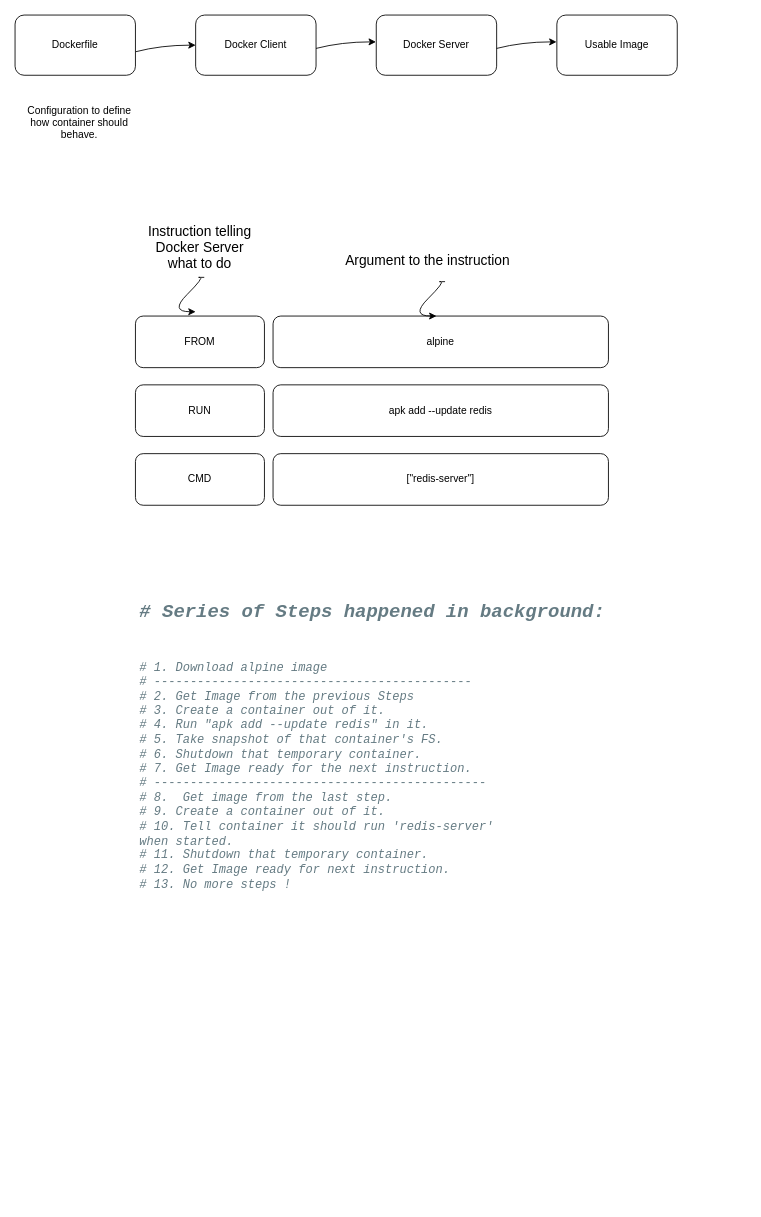
msingh-dev/Docker keeps this draw.io diagram as Diagram/Creating Custom Image.drawio. Above is the earlier version. Source tidied: cells renumbered, new cells numbered last; positions are measured from the earlier drawing's top-left corner, leaving out a move shared by most shapes. Both pictures are drawn from the tidied source at 86%, with x=0, y=0 at pixel (15, 15).
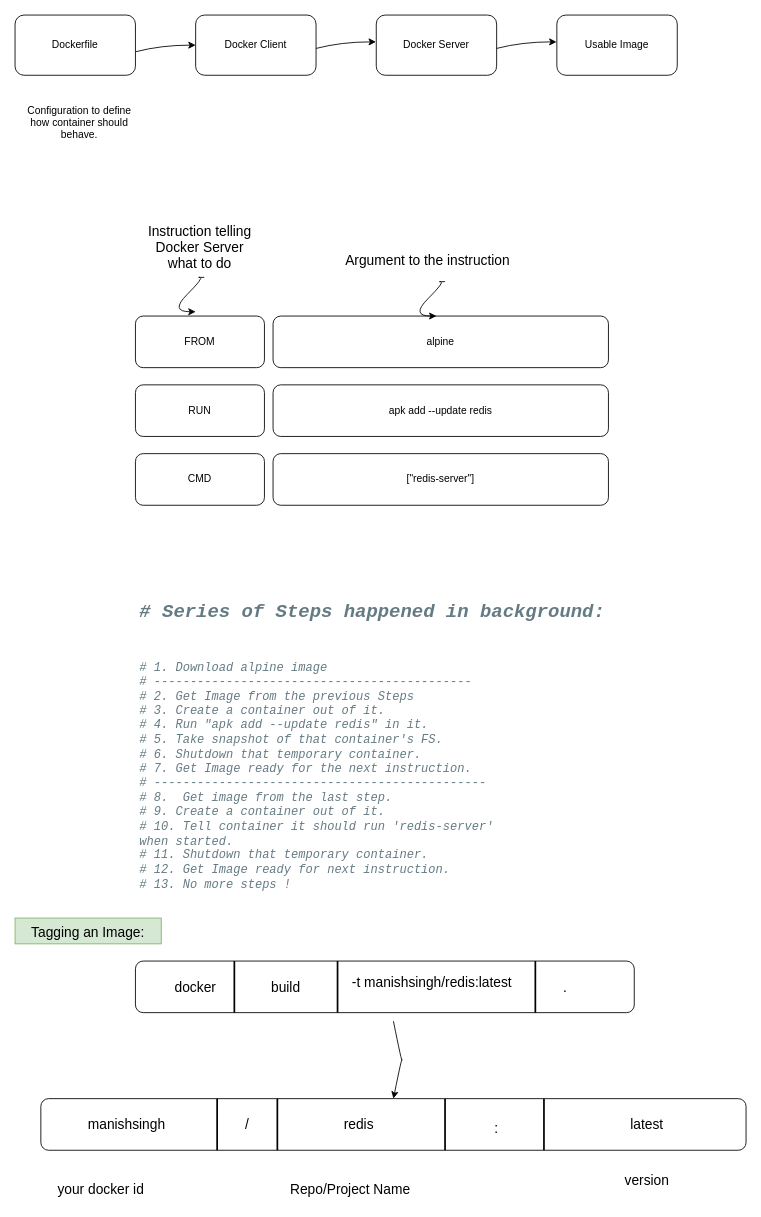
The same page after the edit.

Change to the diagram source:
```diff
@@
+    <mxCell id="21" style="rounded=1;whiteSpace=wrap;html=1;fontSize=22;" parent="1" vertex="1">
+      <mxGeometry x="140" y="1100" width="580" height="60" as="geometry" />
+    </mxCell>
+    <mxCell id="22" style="line;strokeWidth=2;direction=south;html=1;fontSize=22;" parent="1" vertex="1">
+      <mxGeometry x="250" y="1100" width="10" height="60" as="geometry" />
+    </mxCell>
+    <mxCell id="23" style="line;strokeWidth=2;direction=south;html=1;fontSize=22;" parent="1" vertex="1">
+      <mxGeometry x="370" y="1100" width="10" height="60" as="geometry" />
+    </mxCell>
+    <mxCell id="24" style="line;strokeWidth=2;direction=south;html=1;fontSize=22;" parent="1" vertex="1">
+      <mxGeometry x="600" y="1100" width="10" height="60" as="geometry" />
+    </mxCell>
+    <mxCell id="25" value="&lt;font style=&quot;font-size: 16px&quot;&gt;Tagging an Image:&lt;/font&gt;" style="text;html=1;strokeColor=#82b366;fillColor=#d5e8d4;align=center;verticalAlign=middle;whiteSpace=wrap;rounded=0;fontSize=22;" parent="1" vertex="1">
+      <mxGeometry y="1050" width="170" height="30" as="geometry" />
+    </mxCell>
+    <mxCell id="26" value="-t manishsingh/redis:latest" style="text;html=1;strokeColor=none;fillColor=none;align=center;verticalAlign=middle;whiteSpace=wrap;rounded=0;fontSize=16;" parent="1" vertex="1">
+      <mxGeometry x="370" y="1110" width="230" height="30" as="geometry" />
+    </mxCell>
+    <mxCell id="27" value="build" style="text;html=1;strokeColor=none;fillColor=none;align=center;verticalAlign=middle;whiteSpace=wrap;rounded=0;fontSize=16;" parent="1" vertex="1">
+      <mxGeometry x="285" y="1115" width="60" height="30" as="geometry" />
+    </mxCell>
+    <mxCell id="28" value="docker" style="text;html=1;strokeColor=none;fillColor=none;align=center;verticalAlign=middle;whiteSpace=wrap;rounded=0;fontSize=16;" parent="1" vertex="1">
+      <mxGeometry x="180" y="1115" width="60" height="30" as="geometry" />
+    </mxCell>
+    <mxCell id="29" value="." style="text;html=1;strokeColor=none;fillColor=none;align=center;verticalAlign=middle;whiteSpace=wrap;rounded=0;fontSize=16;" parent="1" vertex="1">
+      <mxGeometry x="610" y="1115" width="60" height="30" as="geometry" />
+    </mxCell>
+    <mxCell id="30" style="rounded=1;whiteSpace=wrap;html=1;fontSize=16;" parent="1" vertex="1">
+      <mxGeometry x="30" y="1260" width="820" height="60" as="geometry" />
+    </mxCell>
+    <mxCell id="31" style="curved=1;endArrow=classic;html=1;rounded=0;fontSize=16;entryX=0.5;entryY=0;entryDx=0;entryDy=0;" parent="1" edge="1" target="30">
+      <mxGeometry relative="1" as="geometry">
+        <mxPoint x="440" y="1170" as="sourcePoint" />
+        <Array as="points">
+          <mxPoint x="450" y="1220" />
+          <mxPoint x="450" y="1210" />
+        </Array>
+      </mxGeometry>
+    </mxCell>
+    <mxCell id="32" style="line;strokeWidth=2;direction=south;html=1;fontSize=16;" parent="1" vertex="1">
+      <mxGeometry x="230" y="1260" width="10" height="60" as="geometry" />
+    </mxCell>
+    <mxCell id="33" style="line;strokeWidth=2;direction=south;html=1;fontSize=16;" parent="1" vertex="1">
+      <mxGeometry x="300" y="1260" width="10" height="60" as="geometry" />
+    </mxCell>
+    <mxCell id="34" style="line;strokeWidth=2;direction=south;html=1;fontSize=16;" parent="1" vertex="1">
+      <mxGeometry x="495" y="1260" width="10" height="60" as="geometry" />
+    </mxCell>
+    <mxCell id="35" style="line;strokeWidth=2;direction=south;html=1;fontSize=16;" parent="1" vertex="1">
+      <mxGeometry x="610" y="1260" width="10" height="60" as="geometry" />
+    </mxCell>
+    <mxCell id="36" value="latest" style="text;html=1;strokeColor=none;fillColor=none;align=center;verticalAlign=middle;whiteSpace=wrap;rounded=0;fontSize=16;" parent="1" vertex="1">
+      <mxGeometry x="630" y="1275" width="210" height="30" as="geometry" />
+    </mxCell>
+    <mxCell id="37" value=":" style="text;html=1;strokeColor=none;fillColor=none;align=center;verticalAlign=middle;whiteSpace=wrap;rounded=0;fontSize=16;" parent="1" vertex="1">
+      <mxGeometry x="520" y="1280" width="80" height="30" as="geometry" />
+    </mxCell>
+    <mxCell id="38" value="redis" style="text;html=1;strokeColor=none;fillColor=none;align=center;verticalAlign=middle;whiteSpace=wrap;rounded=0;fontSize=16;" parent="1" vertex="1">
+      <mxGeometry x="310" y="1275" width="180" height="30" as="geometry" />
+    </mxCell>
+    <mxCell id="39" value="/" style="text;html=1;strokeColor=none;fillColor=none;align=center;verticalAlign=middle;whiteSpace=wrap;rounded=0;fontSize=16;" parent="1" vertex="1">
+      <mxGeometry x="240" y="1275" width="60" height="30" as="geometry" />
+    </mxCell>
+    <mxCell id="40" value="manishsingh" style="text;html=1;strokeColor=none;fillColor=none;align=center;verticalAlign=middle;whiteSpace=wrap;rounded=0;fontSize=16;" parent="1" vertex="1">
+      <mxGeometry x="40" y="1275" width="180" height="30" as="geometry" />
+    </mxCell>
+    <mxCell id="41" value="your docker id" style="text;html=1;strokeColor=none;fillColor=none;align=center;verticalAlign=middle;whiteSpace=wrap;rounded=0;fontSize=16;" parent="1" vertex="1">
+      <mxGeometry x="20" y="1350" width="160" height="30" as="geometry" />
+    </mxCell>
+    <mxCell id="42" value="Repo/Project Name" style="text;html=1;strokeColor=none;fillColor=none;align=center;verticalAlign=middle;whiteSpace=wrap;rounded=0;fontSize=16;" parent="1" vertex="1">
+      <mxGeometry x="310" y="1350" width="160" height="30" as="geometry" />
+    </mxCell>
+    <mxCell id="43" value="version" style="text;html=1;strokeColor=none;fillColor=none;align=center;verticalAlign=middle;whiteSpace=wrap;rounded=0;fontSize=16;" parent="1" vertex="1">
+      <mxGeometry x="655" y="1340" width="160" height="30" as="geometry" />
+    </mxCell>
```
